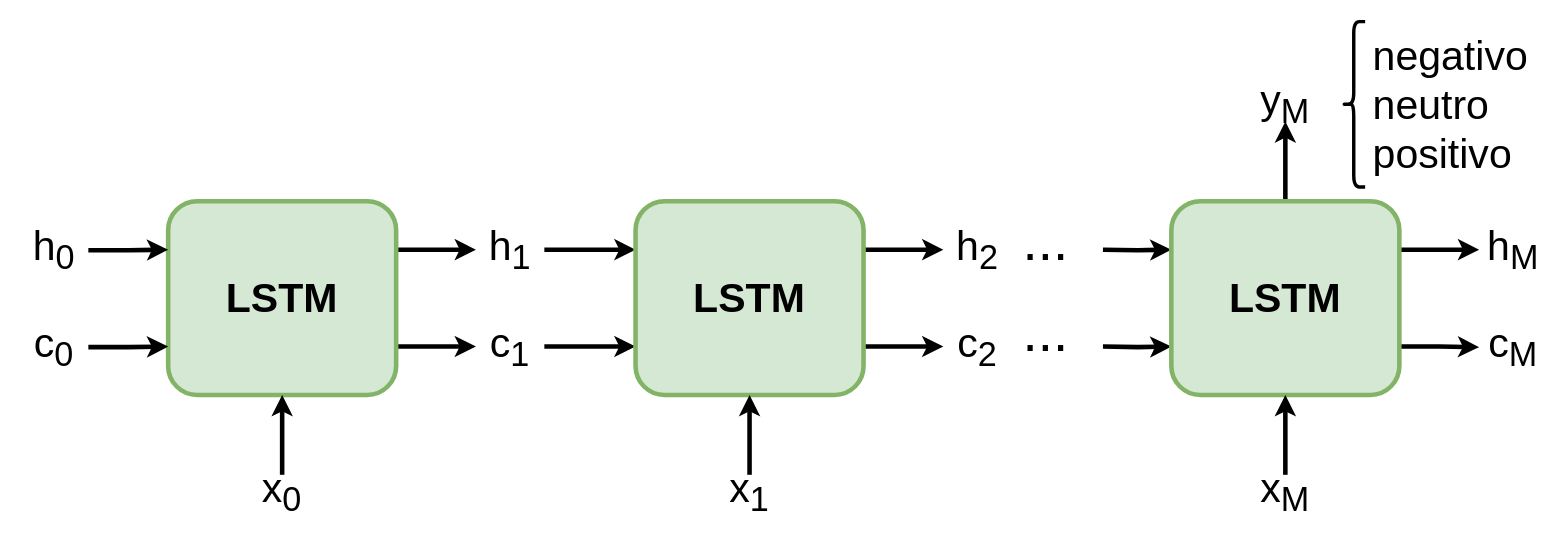
This is lstm_encoding.drawio from viniciusrpb/drawio_flowcharts, a draw.io file, before an edit. Source tidied: cells renumbered, new cells numbered last; positions are measured from the earlier drawing's top-left corner, leaving out a move shared by most shapes. Both pictures are drawn from the tidied source at 114%, with x=0, y=0 at pixel (19, 21).
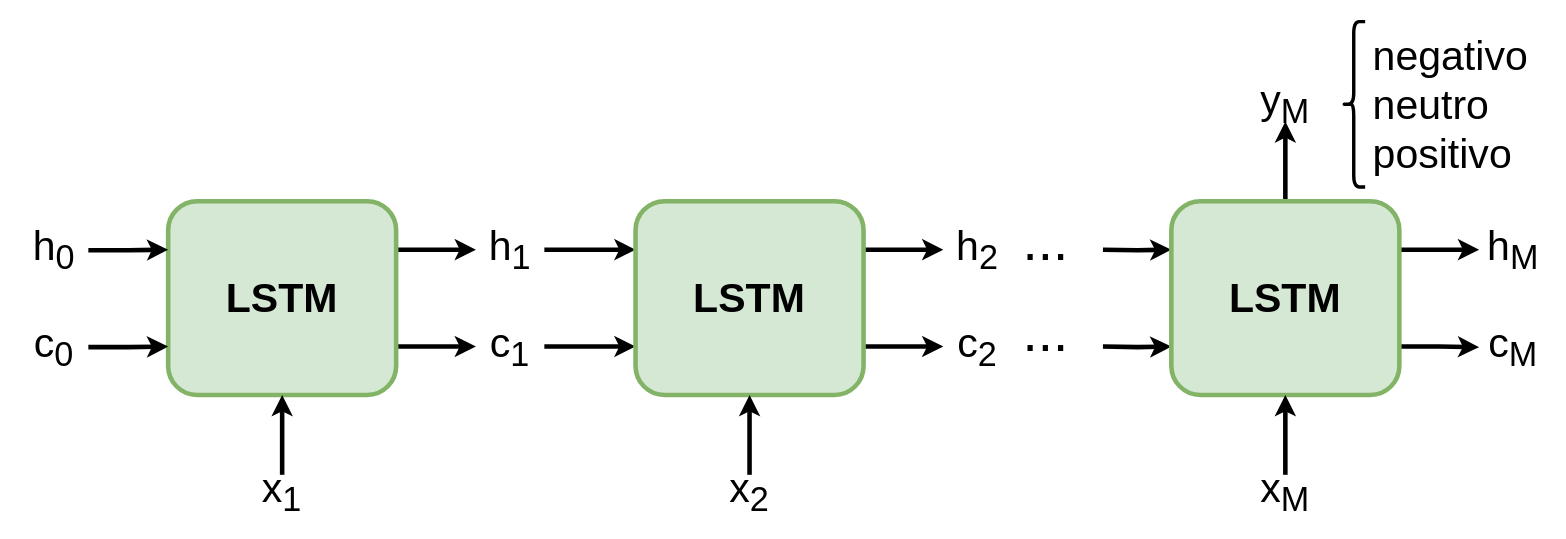
The same diagram, later.

Diff of the diagram source:
```diff
@@
-    <mxCell id="10" value="x&lt;sub&gt;0&lt;/sub&gt;" style="text;html=1;align=center;verticalAlign=middle;whiteSpace=wrap;rounded=0;fontSize=36;strokeWidth=3;" parent="1" vertex="1">
+    <mxCell id="10" value="x&lt;sub&gt;1&lt;/sub&gt;" style="text;html=1;align=center;verticalAlign=middle;whiteSpace=wrap;rounded=0;fontSize=36;strokeWidth=3;" parent="1" vertex="1">
       <mxGeometry x="200" y="398" width="60" height="30" as="geometry" />
     </mxCell>
@@
-    <mxCell id="19" value="x&lt;sub&gt;1&lt;/sub&gt;" style="text;html=1;align=center;verticalAlign=middle;whiteSpace=wrap;rounded=0;fontSize=36;strokeWidth=3;" parent="1" vertex="1">
+    <mxCell id="19" value="x&lt;sub&gt;2&lt;/sub&gt;" style="text;html=1;align=center;verticalAlign=middle;whiteSpace=wrap;rounded=0;fontSize=36;strokeWidth=3;" parent="1" vertex="1">
       <mxGeometry x="610" y="398" width="60" height="30" as="geometry" />
     </mxCell>
```
